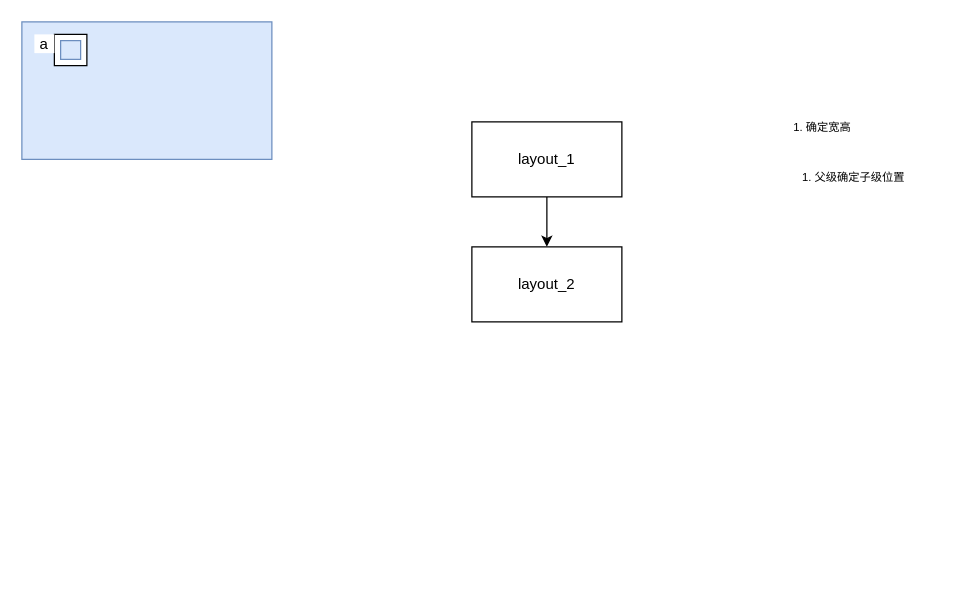
Above: doc/layout_demo.drawio in yuanronghhh/Cst (draw.io), before the change. Source tidied: cells renumbered, new cells numbered last; positions are measured from the earlier drawing's top-left corner, leaving out a move shared by most shapes. Both pictures are drawn from the tidied source at 125%, with x=0, y=0 at pixel (21, 21).
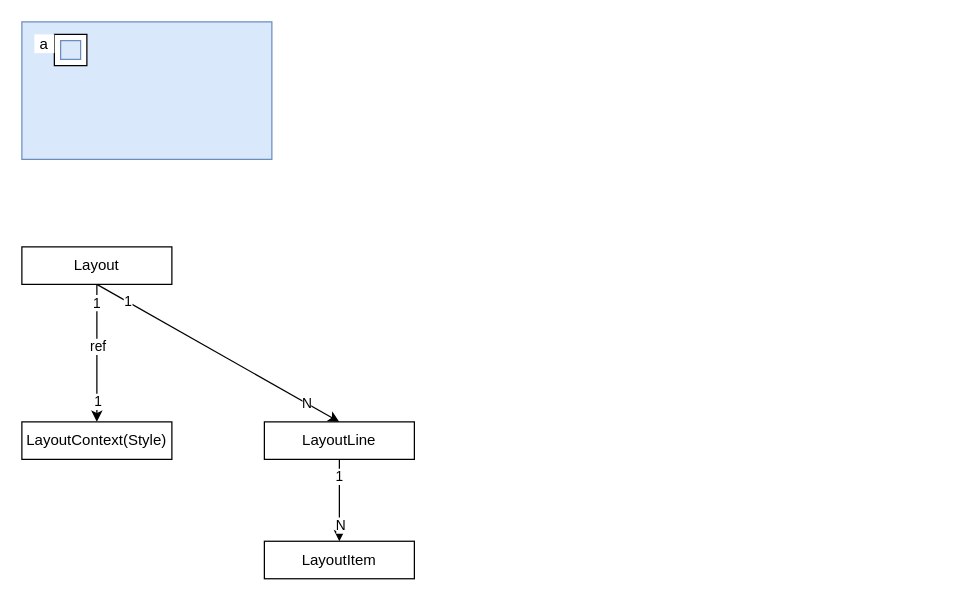
The same page after the edit.

Change to the diagram source:
```diff
@@
-    <mxCell id="6" style="edgeStyle=orthogonalEdgeStyle;rounded=0;jettySize=auto;html=1;" parent="1" edge="1" source="7" target="8">
-      <mxGeometry relative="1" as="geometry" />
-    </mxCell>
-    <mxCell id="7" value="layout_1" style="rounded=0;whiteSpace=wrap;html=1;shadow=0;glass=0;sketch=0;" parent="1" vertex="1">
-      <mxGeometry x="360" y="80" width="120" height="60" as="geometry" />
-    </mxCell>
-    <mxCell id="8" value="layout_2" style="rounded=0;whiteSpace=wrap;html=1;shadow=0;glass=0;sketch=0;" parent="1" vertex="1">
-      <mxGeometry x="360" y="180" width="120" height="60" as="geometry" />
-    </mxCell>
-    <mxCell id="9" value="1. 确定宽高" style="text;html=1;align=center;verticalAlign=middle;strokeColor=none;fillColor=none;fontSize=9;" parent="1" vertex="1">
-      <mxGeometry x="600" y="70" width="80" height="30" as="geometry" />
-    </mxCell>
-    <mxCell id="10" value="1. 父级确定子级位置" style="text;html=1;align=center;verticalAlign=middle;strokeColor=none;fillColor=none;fontSize=9;" parent="1" vertex="1">
-      <mxGeometry x="600" y="110" width="130" height="30" as="geometry" />
-    </mxCell>
+    <mxCell id="11" value="LayoutItem" style="rounded=0;whiteSpace=wrap;html=1;shadow=0;glass=0;sketch=0;" parent="1" vertex="1">
+      <mxGeometry x="194" y="415.5" width="120" height="30" as="geometry" />
+    </mxCell>
+    <mxCell id="12" style="edgeStyle=none;rounded=0;jettySize=auto;html=1;entryX=0.5;entryY=0;entryDx=0;entryDy=0;" parent="1" edge="1" source="19" target="20">
+      <mxGeometry relative="1" as="geometry" />
+    </mxCell>
+    <mxCell id="13" value="1" style="edgeLabel;html=1;align=center;verticalAlign=middle;" parent="12" vertex="1">
+      <mxGeometry x="-0.81" y="-1" relative="1" as="geometry">
+        <mxPoint y="4" as="offset" />
+      </mxGeometry>
+    </mxCell>
+    <mxCell id="14" value="1" style="edgeLabel;html=1;align=center;verticalAlign=middle;" parent="12" vertex="1">
+      <mxGeometry x="0.69" relative="1" as="geometry" />
+    </mxCell>
+    <mxCell id="15" value="ref" style="edgeLabel;html=1;align=center;verticalAlign=middle;" parent="12" vertex="1">
+      <mxGeometry x="-0.13" y="2" relative="1" as="geometry">
+        <mxPoint x="-2" y="1" as="offset" />
+      </mxGeometry>
+    </mxCell>
+    <mxCell id="16" style="edgeStyle=none;rounded=0;jettySize=auto;html=1;entryX=0.5;entryY=0;entryDx=0;entryDy=0;exitX=0.5;exitY=1;exitDx=0;exitDy=0;" parent="1" edge="1" source="19" target="24">
+      <mxGeometry relative="1" as="geometry" />
+    </mxCell>
+    <mxCell id="17" value="1" style="edgeLabel;html=1;align=center;verticalAlign=middle;" parent="16" vertex="1">
+      <mxGeometry x="-0.75" relative="1" as="geometry" />
+    </mxCell>
+    <mxCell id="18" value="N" style="edgeLabel;html=1;align=center;verticalAlign=middle;" parent="16" vertex="1">
+      <mxGeometry x="0.72" relative="1" as="geometry" />
+    </mxCell>
+    <mxCell id="19" value="Layout" style="rounded=0;whiteSpace=wrap;html=1;shadow=0;glass=0;sketch=0;" parent="1" vertex="1">
+      <mxGeometry y="180" width="120" height="30" as="geometry" />
+    </mxCell>
+    <mxCell id="20" value="LayoutContext(Style)" style="rounded=0;whiteSpace=wrap;html=1;shadow=0;glass=0;sketch=0;" parent="1" vertex="1">
+      <mxGeometry y="320" width="120" height="30" as="geometry" />
+    </mxCell>
+    <mxCell id="21" style="edgeStyle=none;rounded=0;jettySize=auto;html=1;" parent="1" edge="1" source="24" target="11">
+      <mxGeometry relative="1" as="geometry" />
+    </mxCell>
+    <mxCell id="22" value="1" style="edgeLabel;html=1;align=center;verticalAlign=middle;" parent="21" vertex="1">
+      <mxGeometry x="-0.74" relative="1" as="geometry">
+        <mxPoint x="-1" y="4" as="offset" />
+      </mxGeometry>
+    </mxCell>
+    <mxCell id="23" value="N" style="edgeLabel;html=1;align=center;verticalAlign=middle;" parent="21" vertex="1">
+      <mxGeometry x="0.66" relative="1" as="geometry">
+        <mxPoint y="-2" as="offset" />
+      </mxGeometry>
+    </mxCell>
+    <mxCell id="24" value="LayoutLine" style="rounded=0;whiteSpace=wrap;html=1;shadow=0;glass=0;sketch=0;" parent="1" vertex="1">
+      <mxGeometry x="194" y="320" width="120" height="30" as="geometry" />
+    </mxCell>
```
